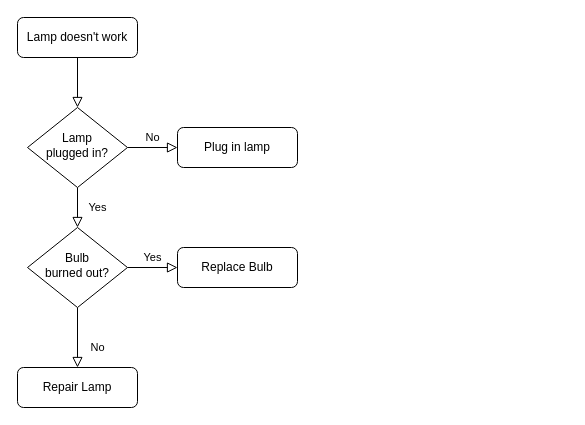
cbw1228/cloud keeps this draw.io diagram as 测试.drawio. Above is the earlier version. Source tidied: cells renumbered, new cells numbered last; positions are measured from the earlier drawing's top-left corner, leaving out a move shared by most shapes. Both pictures are drawn from the tidied source at 100%, with x=0, y=0 at pixel (17, 17).
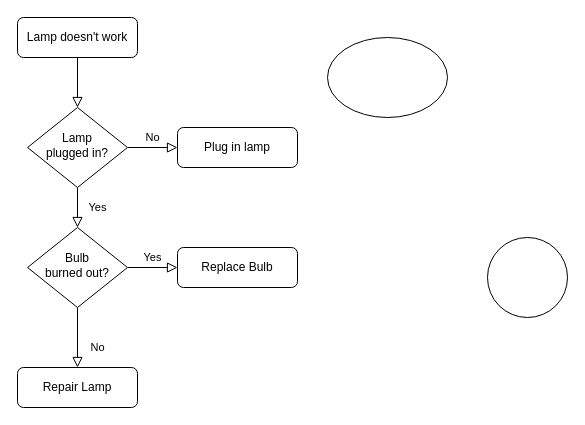
The same page after the edit.

Change to the diagram source:
```diff
@@
 <mxGraphModel>
   <root>
     <mxCell id="0" />
     <mxCell id="1" parent="0" />
     <mxCell id="2" style="rounded=0;html=1;jettySize=auto;fontSize=11;endArrow=block;endFill=0;endSize=8;strokeWidth=1;shadow=0;labelBackgroundColor=none;edgeStyle=orthogonalEdgeStyle;" parent="1" edge="1" source="3" target="6">
       <mxGeometry relative="1" as="geometry" />
     </mxCell>
     <mxCell id="3" value="Lamp doesn't work" style="rounded=1;whiteSpace=wrap;html=1;fontSize=12;glass=0;strokeWidth=1;shadow=0;" parent="1" vertex="1">
       <mxGeometry width="120" height="40" as="geometry" />
     </mxCell>
     <mxCell id="4" value="Yes" style="rounded=0;html=1;jettySize=auto;fontSize=11;endArrow=block;endFill=0;endSize=8;strokeWidth=1;shadow=0;labelBackgroundColor=none;edgeStyle=orthogonalEdgeStyle;" parent="1" edge="1" source="6" target="10">
       <mxGeometry y="20" relative="1" as="geometry" />
     </mxCell>
     <mxCell id="5" value="No" style="edgeStyle=orthogonalEdgeStyle;rounded=0;html=1;jettySize=auto;fontSize=11;endArrow=block;endFill=0;endSize=8;strokeWidth=1;shadow=0;labelBackgroundColor=none;" parent="1" edge="1" source="6" target="7">
       <mxGeometry y="10" relative="1" as="geometry" />
     </mxCell>
     <mxCell id="6" value="Lamp&lt;br&gt;plugged in?" style="rhombus;whiteSpace=wrap;html=1;shadow=0;fontFamily=Helvetica;fontSize=12;align=center;strokeWidth=1;spacing=6;spacingTop=-4;" parent="1" vertex="1">
       <mxGeometry x="10" y="90" width="100" height="80" as="geometry" />
     </mxCell>
     <mxCell id="7" value="Plug in lamp" style="rounded=1;whiteSpace=wrap;html=1;fontSize=12;glass=0;strokeWidth=1;shadow=0;" parent="1" vertex="1">
       <mxGeometry x="160" y="110" width="120" height="40" as="geometry" />
     </mxCell>
     <mxCell id="8" value="No" style="rounded=0;html=1;jettySize=auto;fontSize=11;endArrow=block;endFill=0;endSize=8;strokeWidth=1;shadow=0;labelBackgroundColor=none;edgeStyle=orthogonalEdgeStyle;" parent="1" edge="1" source="10" target="11">
       <mxGeometry x="0.33" y="20" relative="1" as="geometry" />
     </mxCell>
     <mxCell id="9" value="Yes" style="edgeStyle=orthogonalEdgeStyle;rounded=0;html=1;jettySize=auto;fontSize=11;endArrow=block;endFill=0;endSize=8;strokeWidth=1;shadow=0;labelBackgroundColor=none;" parent="1" edge="1" source="10" target="12">
       <mxGeometry y="10" relative="1" as="geometry" />
     </mxCell>
     <mxCell id="10" value="Bulb&lt;br&gt;burned out?" style="rhombus;whiteSpace=wrap;html=1;shadow=0;fontFamily=Helvetica;fontSize=12;align=center;strokeWidth=1;spacing=6;spacingTop=-4;" parent="1" vertex="1">
       <mxGeometry x="10" y="210" width="100" height="80" as="geometry" />
     </mxCell>
     <mxCell id="11" value="Repair Lamp" style="rounded=1;whiteSpace=wrap;html=1;fontSize=12;glass=0;strokeWidth=1;shadow=0;" parent="1" vertex="1">
       <mxGeometry y="350" width="120" height="40" as="geometry" />
     </mxCell>
     <mxCell id="12" value="Replace Bulb" style="rounded=1;whiteSpace=wrap;html=1;fontSize=12;glass=0;strokeWidth=1;shadow=0;" parent="1" vertex="1">
       <mxGeometry x="160" y="230" width="120" height="40" as="geometry" />
     </mxCell>
+    <mxCell id="13" style="ellipse;whiteSpace=wrap;html=1;" parent="1" vertex="1">
+      <mxGeometry x="310" y="20" width="120" height="80" as="geometry" />
+    </mxCell>
+    <mxCell id="14" style="ellipse;whiteSpace=wrap;html=1;" parent="1" vertex="1">
+      <mxGeometry x="470" y="220" width="80" height="80" as="geometry" />
+    </mxCell>
   </root>
 </mxGraphModel>
```
